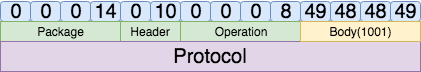
Earlier version of the draw.io export doc/changeRoomReply.png (ht-co-wowtch/alakazam). Source tidied: cells renumbered, new cells last; positions are measured from the earlier drawing's top-left corner, leaving out a move shared by most shapes. Its diagram source:
```xml
<mxGraphModel>
  <root>
    <mxCell id="0" />
    <mxCell id="1" parent="0" />
    <mxCell id="2" value="&lt;div style=&quot;font-size: 20px&quot;&gt;0&lt;/div&gt;" style="rounded=1;whiteSpace=wrap;html=1;fillColor=#dae8fc;strokeColor=#6c8ebf;fontSize=20;" parent="1" vertex="1">
      <mxGeometry width="30" height="20" as="geometry" />
    </mxCell>
    <mxCell id="3" value="&lt;div style=&quot;font-size: 20px&quot;&gt;0&lt;/div&gt;" style="rounded=1;whiteSpace=wrap;html=1;fillColor=#dae8fc;strokeColor=#6c8ebf;fontSize=20;" parent="1" vertex="1">
      <mxGeometry x="30" width="30" height="20" as="geometry" />
    </mxCell>
    <mxCell id="4" value="&lt;div style=&quot;font-size: 20px&quot;&gt;0&lt;/div&gt;" style="rounded=1;whiteSpace=wrap;html=1;fillColor=#dae8fc;strokeColor=#6c8ebf;fontSize=20;" parent="1" vertex="1">
      <mxGeometry x="60" width="30" height="20" as="geometry" />
    </mxCell>
    <mxCell id="5" value="&lt;div style=&quot;font-size: 20px&quot;&gt;14&lt;/div&gt;" style="rounded=1;whiteSpace=wrap;html=1;fillColor=#dae8fc;strokeColor=#6c8ebf;fontSize=20;" parent="1" vertex="1">
      <mxGeometry x="90" width="30" height="20" as="geometry" />
    </mxCell>
    <mxCell id="6" value="&lt;div style=&quot;font-size: 20px&quot;&gt;10&lt;/div&gt;" style="rounded=1;whiteSpace=wrap;html=1;fillColor=#dae8fc;strokeColor=#6c8ebf;fontSize=20;" parent="1" vertex="1">
      <mxGeometry x="150" width="30" height="20" as="geometry" />
    </mxCell>
    <mxCell id="7" value="&lt;div style=&quot;font-size: 20px&quot;&gt;0&lt;/div&gt;" style="rounded=1;whiteSpace=wrap;html=1;fillColor=#dae8fc;strokeColor=#6c8ebf;fontSize=20;" parent="1" vertex="1">
      <mxGeometry x="120" width="30" height="20" as="geometry" />
    </mxCell>
    <mxCell id="8" value="&lt;div style=&quot;font-size: 20px&quot;&gt;0&lt;/div&gt;" style="rounded=1;whiteSpace=wrap;html=1;fillColor=#dae8fc;strokeColor=#6c8ebf;fontSize=20;" parent="1" vertex="1">
      <mxGeometry x="180" width="30" height="20" as="geometry" />
    </mxCell>
    <mxCell id="9" value="&lt;div style=&quot;font-size: 20px&quot;&gt;0&lt;/div&gt;" style="rounded=1;whiteSpace=wrap;html=1;fillColor=#dae8fc;strokeColor=#6c8ebf;fontSize=20;" parent="1" vertex="1">
      <mxGeometry x="210" width="30" height="20" as="geometry" />
    </mxCell>
    <mxCell id="10" value="&lt;div style=&quot;font-size: 20px&quot;&gt;0&lt;/div&gt;" style="rounded=1;whiteSpace=wrap;html=1;fillColor=#dae8fc;strokeColor=#6c8ebf;fontSize=20;" parent="1" vertex="1">
      <mxGeometry x="240" width="30" height="20" as="geometry" />
    </mxCell>
    <mxCell id="11" value="&lt;div style=&quot;font-size: 20px&quot;&gt;8&lt;/div&gt;" style="rounded=1;whiteSpace=wrap;html=1;fillColor=#dae8fc;strokeColor=#6c8ebf;fontSize=20;" parent="1" vertex="1">
      <mxGeometry x="270" width="30" height="20" as="geometry" />
    </mxCell>
    <mxCell id="12" value="&lt;span style=&quot;font-size: 12px;&quot;&gt;Package&lt;/span&gt;" style="rounded=0;whiteSpace=wrap;html=1;fillColor=#d5e8d4;strokeColor=#82b366;fontSize=12;" parent="1" vertex="1">
      <mxGeometry y="20" width="120" height="20" as="geometry" />
    </mxCell>
    <mxCell id="13" value="&lt;span style=&quot;font-size: 12px&quot;&gt;Header&lt;/span&gt;" style="rounded=0;whiteSpace=wrap;html=1;fillColor=#d5e8d4;strokeColor=#82b366;fontSize=12;" parent="1" vertex="1">
      <mxGeometry x="120" y="20" width="60" height="20" as="geometry" />
    </mxCell>
    <mxCell id="14" value="&lt;span&gt;Operation&lt;/span&gt;&lt;br&gt;" style="rounded=0;whiteSpace=wrap;html=1;fillColor=#d5e8d4;strokeColor=#82b366;fontSize=12;" parent="1" vertex="1">
      <mxGeometry x="180" y="20" width="120" height="20" as="geometry" />
    </mxCell>
    <mxCell id="15" value="&lt;span&gt;Protocol&lt;/span&gt;&lt;br&gt;" style="rounded=0;whiteSpace=wrap;html=1;fontSize=20;fillColor=#e1d5e7;strokeColor=#9673a6;" parent="1" vertex="1">
      <mxGeometry y="40" width="420" height="30" as="geometry" />
    </mxCell>
    <mxCell id="16" value="&lt;div style=&quot;font-size: 20px&quot;&gt;49&lt;/div&gt;" style="rounded=1;whiteSpace=wrap;html=1;fillColor=#dae8fc;strokeColor=#6c8ebf;fontSize=20;" parent="1" vertex="1">
      <mxGeometry x="300" width="30" height="20" as="geometry" />
    </mxCell>
    <mxCell id="17" value="&lt;div style=&quot;font-size: 20px&quot;&gt;48&lt;/div&gt;" style="rounded=1;whiteSpace=wrap;html=1;fillColor=#dae8fc;strokeColor=#6c8ebf;fontSize=20;" parent="1" vertex="1">
      <mxGeometry x="330" width="30" height="20" as="geometry" />
    </mxCell>
    <mxCell id="18" value="&lt;div style=&quot;font-size: 20px&quot;&gt;48&lt;/div&gt;" style="rounded=1;whiteSpace=wrap;html=1;fillColor=#dae8fc;strokeColor=#6c8ebf;fontSize=20;" parent="1" vertex="1">
      <mxGeometry x="360" width="30" height="20" as="geometry" />
    </mxCell>
    <mxCell id="19" value="&lt;div style=&quot;font-size: 20px&quot;&gt;49&lt;/div&gt;" style="rounded=1;whiteSpace=wrap;html=1;fillColor=#dae8fc;strokeColor=#6c8ebf;fontSize=20;" parent="1" vertex="1">
      <mxGeometry x="390" width="30" height="20" as="geometry" />
    </mxCell>
    <mxCell id="20" value="&lt;span&gt;Body(1001)&lt;/span&gt;&lt;br&gt;" style="rounded=0;whiteSpace=wrap;html=1;fillColor=#fff2cc;strokeColor=#d6b656;fontSize=12;" parent="1" vertex="1">
      <mxGeometry x="300" y="20" width="120" height="20" as="geometry" />
    </mxCell>
  </root>
</mxGraphModel>
```
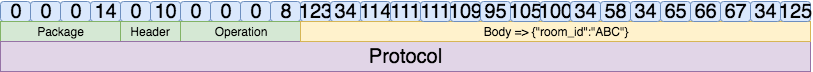
After the change.

Diff of the diagram source:
```diff
@@ -2,33 +2,33 @@
   <root>
     <mxCell id="0" />
     <mxCell id="1" parent="0" />
-    <mxCell id="2" value="&lt;div style=&quot;font-size: 20px&quot;&gt;0&lt;/div&gt;" style="rounded=1;whiteSpace=wrap;html=1;fillColor=#dae8fc;strokeColor=#6c8ebf;fontSize=20;" parent="1" vertex="1">
-      <mxGeometry width="30" height="20" as="geometry" />
-    </mxCell>
-    <mxCell id="3" value="&lt;div style=&quot;font-size: 20px&quot;&gt;0&lt;/div&gt;" style="rounded=1;whiteSpace=wrap;html=1;fillColor=#dae8fc;strokeColor=#6c8ebf;fontSize=20;" parent="1" vertex="1">
-      <mxGeometry x="30" width="30" height="20" as="geometry" />
-    </mxCell>
-    <mxCell id="4" value="&lt;div style=&quot;font-size: 20px&quot;&gt;0&lt;/div&gt;" style="rounded=1;whiteSpace=wrap;html=1;fillColor=#dae8fc;strokeColor=#6c8ebf;fontSize=20;" parent="1" vertex="1">
-      <mxGeometry x="60" width="30" height="20" as="geometry" />
-    </mxCell>
+    <mxCell id="21" value="&lt;div style=&quot;font-size: 20px&quot;&gt;0&lt;/div&gt;" style="rounded=1;whiteSpace=wrap;html=1;fillColor=#dae8fc;strokeColor=#6c8ebf;fontSize=20;" parent="1" vertex="1">
+      <mxGeometry width="30" height="20" as="geometry" />
+    </mxCell>
+    <mxCell id="22" value="&lt;div style=&quot;font-size: 20px&quot;&gt;0&lt;/div&gt;" style="rounded=1;whiteSpace=wrap;html=1;fillColor=#dae8fc;strokeColor=#6c8ebf;fontSize=20;" parent="1" vertex="1">
+      <mxGeometry x="30" width="30" height="20" as="geometry" />
+    </mxCell>
+    <mxCell id="23" value="&lt;div style=&quot;font-size: 20px&quot;&gt;0&lt;/div&gt;" style="rounded=1;whiteSpace=wrap;html=1;fillColor=#dae8fc;strokeColor=#6c8ebf;fontSize=20;" parent="1" vertex="1">
+      <mxGeometry x="60" width="30" height="20" as="geometry" />
+    </mxCell>
     <mxCell id="5" value="&lt;div style=&quot;font-size: 20px&quot;&gt;14&lt;/div&gt;" style="rounded=1;whiteSpace=wrap;html=1;fillColor=#dae8fc;strokeColor=#6c8ebf;fontSize=20;" parent="1" vertex="1">
       <mxGeometry x="90" width="30" height="20" as="geometry" />
     </mxCell>
     <mxCell id="6" value="&lt;div style=&quot;font-size: 20px&quot;&gt;10&lt;/div&gt;" style="rounded=1;whiteSpace=wrap;html=1;fillColor=#dae8fc;strokeColor=#6c8ebf;fontSize=20;" parent="1" vertex="1">
       <mxGeometry x="150" width="30" height="20" as="geometry" />
     </mxCell>
-    <mxCell id="7" value="&lt;div style=&quot;font-size: 20px&quot;&gt;0&lt;/div&gt;" style="rounded=1;whiteSpace=wrap;html=1;fillColor=#dae8fc;strokeColor=#6c8ebf;fontSize=20;" parent="1" vertex="1">
-      <mxGeometry x="120" width="30" height="20" as="geometry" />
-    </mxCell>
-    <mxCell id="8" value="&lt;div style=&quot;font-size: 20px&quot;&gt;0&lt;/div&gt;" style="rounded=1;whiteSpace=wrap;html=1;fillColor=#dae8fc;strokeColor=#6c8ebf;fontSize=20;" parent="1" vertex="1">
-      <mxGeometry x="180" width="30" height="20" as="geometry" />
-    </mxCell>
-    <mxCell id="9" value="&lt;div style=&quot;font-size: 20px&quot;&gt;0&lt;/div&gt;" style="rounded=1;whiteSpace=wrap;html=1;fillColor=#dae8fc;strokeColor=#6c8ebf;fontSize=20;" parent="1" vertex="1">
-      <mxGeometry x="210" width="30" height="20" as="geometry" />
-    </mxCell>
-    <mxCell id="10" value="&lt;div style=&quot;font-size: 20px&quot;&gt;0&lt;/div&gt;" style="rounded=1;whiteSpace=wrap;html=1;fillColor=#dae8fc;strokeColor=#6c8ebf;fontSize=20;" parent="1" vertex="1">
-      <mxGeometry x="240" width="30" height="20" as="geometry" />
-    </mxCell>
+    <mxCell id="24" value="&lt;div style=&quot;font-size: 20px&quot;&gt;0&lt;/div&gt;" style="rounded=1;whiteSpace=wrap;html=1;fillColor=#dae8fc;strokeColor=#6c8ebf;fontSize=20;" parent="1" vertex="1">
+      <mxGeometry x="120" width="30" height="20" as="geometry" />
+    </mxCell>
+    <mxCell id="25" value="&lt;div style=&quot;font-size: 20px&quot;&gt;0&lt;/div&gt;" style="rounded=1;whiteSpace=wrap;html=1;fillColor=#dae8fc;strokeColor=#6c8ebf;fontSize=20;" parent="1" vertex="1">
+      <mxGeometry x="180" width="30" height="20" as="geometry" />
+    </mxCell>
+    <mxCell id="26" value="&lt;div style=&quot;font-size: 20px&quot;&gt;0&lt;/div&gt;" style="rounded=1;whiteSpace=wrap;html=1;fillColor=#dae8fc;strokeColor=#6c8ebf;fontSize=20;" parent="1" vertex="1">
+      <mxGeometry x="210" width="30" height="20" as="geometry" />
+    </mxCell>
+    <mxCell id="27" value="&lt;div style=&quot;font-size: 20px&quot;&gt;0&lt;/div&gt;" style="rounded=1;whiteSpace=wrap;html=1;fillColor=#dae8fc;strokeColor=#6c8ebf;fontSize=20;" parent="1" vertex="1">
+      <mxGeometry x="240" width="30" height="20" as="geometry" />
+    </mxCell>
     <mxCell id="11" value="&lt;div style=&quot;font-size: 20px&quot;&gt;8&lt;/div&gt;" style="rounded=1;whiteSpace=wrap;html=1;fillColor=#dae8fc;strokeColor=#6c8ebf;fontSize=20;" parent="1" vertex="1">
       <mxGeometry x="270" width="30" height="20" as="geometry" />
     </mxCell>
@@ -42,22 +42,61 @@
       <mxGeometry x="180" y="20" width="120" height="20" as="geometry" />
     </mxCell>
     <mxCell id="15" value="&lt;span&gt;Protocol&lt;/span&gt;&lt;br&gt;" style="rounded=0;whiteSpace=wrap;html=1;fontSize=20;fillColor=#e1d5e7;strokeColor=#9673a6;" parent="1" vertex="1">
-      <mxGeometry y="40" width="420" height="30" as="geometry" />
+      <mxGeometry y="40" width="810" height="30" as="geometry" />
     </mxCell>
-    <mxCell id="16" value="&lt;div style=&quot;font-size: 20px&quot;&gt;49&lt;/div&gt;" style="rounded=1;whiteSpace=wrap;html=1;fillColor=#dae8fc;strokeColor=#6c8ebf;fontSize=20;" parent="1" vertex="1">
-      <mxGeometry x="300" width="30" height="20" as="geometry" />
-    </mxCell>
-    <mxCell id="17" value="&lt;div style=&quot;font-size: 20px&quot;&gt;48&lt;/div&gt;" style="rounded=1;whiteSpace=wrap;html=1;fillColor=#dae8fc;strokeColor=#6c8ebf;fontSize=20;" parent="1" vertex="1">
-      <mxGeometry x="330" width="30" height="20" as="geometry" />
-    </mxCell>
-    <mxCell id="18" value="&lt;div style=&quot;font-size: 20px&quot;&gt;48&lt;/div&gt;" style="rounded=1;whiteSpace=wrap;html=1;fillColor=#dae8fc;strokeColor=#6c8ebf;fontSize=20;" parent="1" vertex="1">
-      <mxGeometry x="360" width="30" height="20" as="geometry" />
-    </mxCell>
-    <mxCell id="19" value="&lt;div style=&quot;font-size: 20px&quot;&gt;49&lt;/div&gt;" style="rounded=1;whiteSpace=wrap;html=1;fillColor=#dae8fc;strokeColor=#6c8ebf;fontSize=20;" parent="1" vertex="1">
-      <mxGeometry x="390" width="30" height="20" as="geometry" />
-    </mxCell>
-    <mxCell id="20" value="&lt;span&gt;Body(1001)&lt;/span&gt;&lt;br&gt;" style="rounded=0;whiteSpace=wrap;html=1;fillColor=#fff2cc;strokeColor=#d6b656;fontSize=12;" parent="1" vertex="1">
-      <mxGeometry x="300" y="20" width="120" height="20" as="geometry" />
-    </mxCell>
+    <mxCell id="28" value="&lt;div style=&quot;font-size: 20px&quot;&gt;123&lt;/div&gt;" style="rounded=1;whiteSpace=wrap;html=1;fillColor=#dae8fc;strokeColor=#6c8ebf;fontSize=20;" parent="1" vertex="1">
+      <mxGeometry x="300" width="30" height="20" as="geometry" />
+    </mxCell>
+    <mxCell id="29" value="&lt;div style=&quot;font-size: 20px&quot;&gt;34&lt;/div&gt;" style="rounded=1;whiteSpace=wrap;html=1;fillColor=#dae8fc;strokeColor=#6c8ebf;fontSize=20;" parent="1" vertex="1">
+      <mxGeometry x="330" width="30" height="20" as="geometry" />
+    </mxCell>
+    <mxCell id="30" value="&lt;div style=&quot;font-size: 20px&quot;&gt;114&lt;/div&gt;" style="rounded=1;whiteSpace=wrap;html=1;fillColor=#dae8fc;strokeColor=#6c8ebf;fontSize=20;" parent="1" vertex="1">
+      <mxGeometry x="360" width="30" height="20" as="geometry" />
+    </mxCell>
+    <mxCell id="31" value="&lt;div style=&quot;font-size: 20px&quot;&gt;111&lt;/div&gt;" style="rounded=1;whiteSpace=wrap;html=1;fillColor=#dae8fc;strokeColor=#6c8ebf;fontSize=20;" parent="1" vertex="1">
+      <mxGeometry x="390" width="30" height="20" as="geometry" />
+    </mxCell>
+    <mxCell id="32" value="&lt;span&gt;Body =&amp;gt;&amp;nbsp;&lt;/span&gt;{&quot;room_id&quot;:&quot;ABC&quot;}&lt;br&gt;" style="rounded=0;whiteSpace=wrap;html=1;fillColor=#fff2cc;strokeColor=#d6b656;fontSize=12;" parent="1" vertex="1">
+      <mxGeometry x="300" y="20" width="510" height="20" as="geometry" />
+    </mxCell>
+    <mxCell id="33" value="&lt;div style=&quot;font-size: 20px&quot;&gt;111&lt;/div&gt;" style="rounded=1;whiteSpace=wrap;html=1;fillColor=#dae8fc;strokeColor=#6c8ebf;fontSize=20;" parent="1" vertex="1">
+      <mxGeometry x="420" width="30" height="20" as="geometry" />
+    </mxCell>
+    <mxCell id="34" value="&lt;div style=&quot;font-size: 20px&quot;&gt;109&lt;/div&gt;" style="rounded=1;whiteSpace=wrap;html=1;fillColor=#dae8fc;strokeColor=#6c8ebf;fontSize=20;" parent="1" vertex="1">
+      <mxGeometry x="450" width="30" height="20" as="geometry" />
+    </mxCell>
+    <mxCell id="35" value="&lt;div style=&quot;font-size: 20px&quot;&gt;95&lt;/div&gt;" style="rounded=1;whiteSpace=wrap;html=1;fillColor=#dae8fc;strokeColor=#6c8ebf;fontSize=20;" parent="1" vertex="1">
+      <mxGeometry x="480" width="30" height="20" as="geometry" />
+    </mxCell>
+    <mxCell id="36" value="&lt;div style=&quot;font-size: 20px&quot;&gt;105&lt;/div&gt;" style="rounded=1;whiteSpace=wrap;html=1;fillColor=#dae8fc;strokeColor=#6c8ebf;fontSize=20;" parent="1" vertex="1">
+      <mxGeometry x="510" width="30" height="20" as="geometry" />
+    </mxCell>
+    <mxCell id="37" value="&lt;div style=&quot;font-size: 20px&quot;&gt;100&lt;/div&gt;" style="rounded=1;whiteSpace=wrap;html=1;fillColor=#dae8fc;strokeColor=#6c8ebf;fontSize=20;" parent="1" vertex="1">
+      <mxGeometry x="540" width="30" height="20" as="geometry" />
+    </mxCell>
+    <mxCell id="38" value="&lt;div style=&quot;font-size: 20px&quot;&gt;34&lt;/div&gt;" style="rounded=1;whiteSpace=wrap;html=1;fillColor=#dae8fc;strokeColor=#6c8ebf;fontSize=20;" parent="1" vertex="1">
+      <mxGeometry x="570" width="30" height="20" as="geometry" />
+    </mxCell>
+    <mxCell id="39" value="&lt;div style=&quot;font-size: 20px&quot;&gt;58&lt;/div&gt;" style="rounded=1;whiteSpace=wrap;html=1;fillColor=#dae8fc;strokeColor=#6c8ebf;fontSize=20;" parent="1" vertex="1">
+      <mxGeometry x="600" width="30" height="20" as="geometry" />
+    </mxCell>
+    <mxCell id="40" value="&lt;div style=&quot;font-size: 20px&quot;&gt;34&lt;/div&gt;" style="rounded=1;whiteSpace=wrap;html=1;fillColor=#dae8fc;strokeColor=#6c8ebf;fontSize=20;" parent="1" vertex="1">
+      <mxGeometry x="630" width="30" height="20" as="geometry" />
+    </mxCell>
+    <mxCell id="41" value="&lt;div style=&quot;font-size: 20px&quot;&gt;65&lt;/div&gt;" style="rounded=1;whiteSpace=wrap;html=1;fillColor=#dae8fc;strokeColor=#6c8ebf;fontSize=20;" parent="1" vertex="1">
+      <mxGeometry x="660" width="30" height="20" as="geometry" />
+    </mxCell>
+    <mxCell id="42" value="&lt;div style=&quot;font-size: 20px&quot;&gt;66&lt;/div&gt;" style="rounded=1;whiteSpace=wrap;html=1;fillColor=#dae8fc;strokeColor=#6c8ebf;fontSize=20;" parent="1" vertex="1">
+      <mxGeometry x="690" width="30" height="20" as="geometry" />
+    </mxCell>
+    <mxCell id="43" value="&lt;div style=&quot;font-size: 20px&quot;&gt;67&lt;/div&gt;" style="rounded=1;whiteSpace=wrap;html=1;fillColor=#dae8fc;strokeColor=#6c8ebf;fontSize=20;" parent="1" vertex="1">
+      <mxGeometry x="720" width="30" height="20" as="geometry" />
+    </mxCell>
+    <mxCell id="44" value="&lt;div style=&quot;font-size: 20px&quot;&gt;34&lt;/div&gt;" style="rounded=1;whiteSpace=wrap;html=1;fillColor=#dae8fc;strokeColor=#6c8ebf;fontSize=20;" parent="1" vertex="1">
+      <mxGeometry x="750" width="30" height="20" as="geometry" />
+    </mxCell>
+    <mxCell id="45" value="&lt;div style=&quot;font-size: 20px&quot;&gt;125&lt;/div&gt;" style="rounded=1;whiteSpace=wrap;html=1;fillColor=#dae8fc;strokeColor=#6c8ebf;fontSize=20;" parent="1" vertex="1">
+      <mxGeometry x="780" width="30" height="20" as="geometry" />
+    </mxCell>
   </root>
 </mxGraphModel>
```
